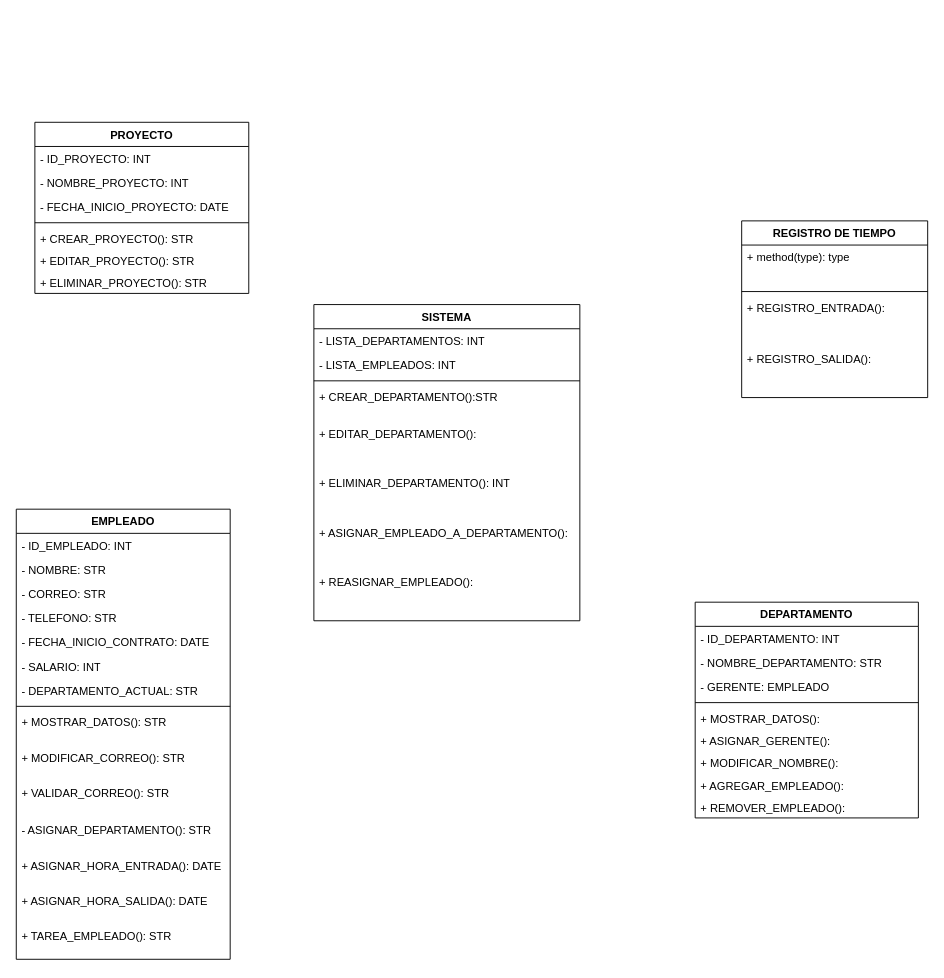
Before: doc/Diagrama sin título.drawio in Kobaryo0/ECOTECH_POOS_FLEX, a draw.io diagram. Source tidied: cells renumbered, new cells numbered last; positions are measured from the earlier drawing's top-left corner, leaving out a move shared by most shapes. Both pictures are drawn from the tidied source at 93%, with x=0, y=0 at pixel (16, 122).
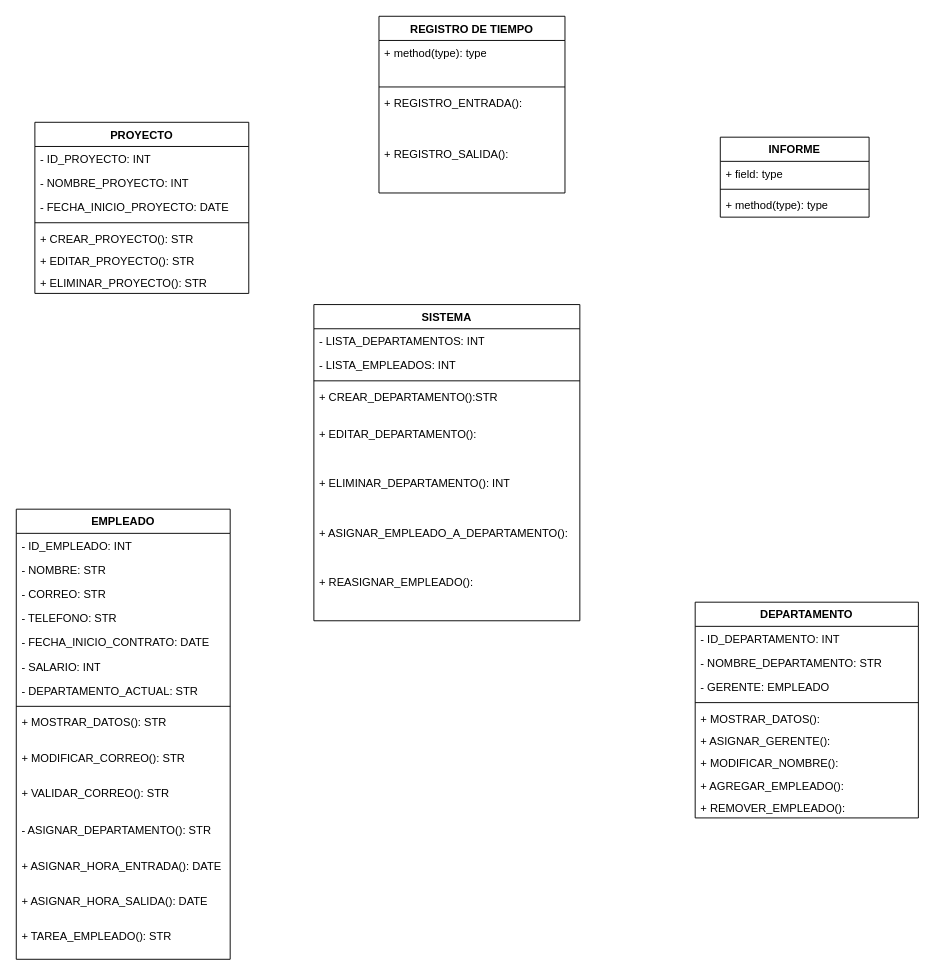
Above is the later version.

Change to the diagram source:
```diff
@@
     <mxCell id="37" value="REGISTRO DE TIEMPO" style="swimlane;fontStyle=1;align=center;verticalAlign=top;horizontal=1;startSize=26;whiteSpace=wrap;html=1;" parent="1" vertex="1">
-      <mxGeometry x="780" y="106" width="200" height="190" as="geometry" />
+      <mxGeometry x="390" y="-114" width="200" height="190" as="geometry" />
     </mxCell>
@@
+    <mxCell id="50" value="INFORME&lt;div&gt;&lt;br&gt;&lt;/div&gt;" style="swimlane;fontStyle=1;align=center;verticalAlign=top;horizontal=1;startSize=26;whiteSpace=wrap;html=1;" parent="1" vertex="1">
+      <mxGeometry x="757" y="16" width="160" height="86" as="geometry" />
+    </mxCell>
+    <mxCell id="51" value="+ field: type" style="text;strokeColor=none;fillColor=none;align=left;verticalAlign=top;spacingLeft=4;spacingRight=4;overflow=hidden;whiteSpace=wrap;html=1;" parent="50" vertex="1">
+      <mxGeometry y="26" width="160" height="26" as="geometry" />
+    </mxCell>
+    <mxCell id="52" style="line;strokeWidth=1;fillColor=none;align=left;verticalAlign=middle;spacingTop=-1;spacingLeft=3;spacingRight=3;labelPosition=right;strokeColor=inherit;labelPerimeter=1;" parent="50" vertex="1">
+      <mxGeometry y="52" width="160" height="8" as="geometry" />
+    </mxCell>
+    <mxCell id="53" value="+ method(type): type" style="text;strokeColor=none;fillColor=none;align=left;verticalAlign=top;spacingLeft=4;spacingRight=4;overflow=hidden;whiteSpace=wrap;html=1;" parent="50" vertex="1">
+      <mxGeometry y="60" width="160" height="26" as="geometry" />
+    </mxCell>
```
